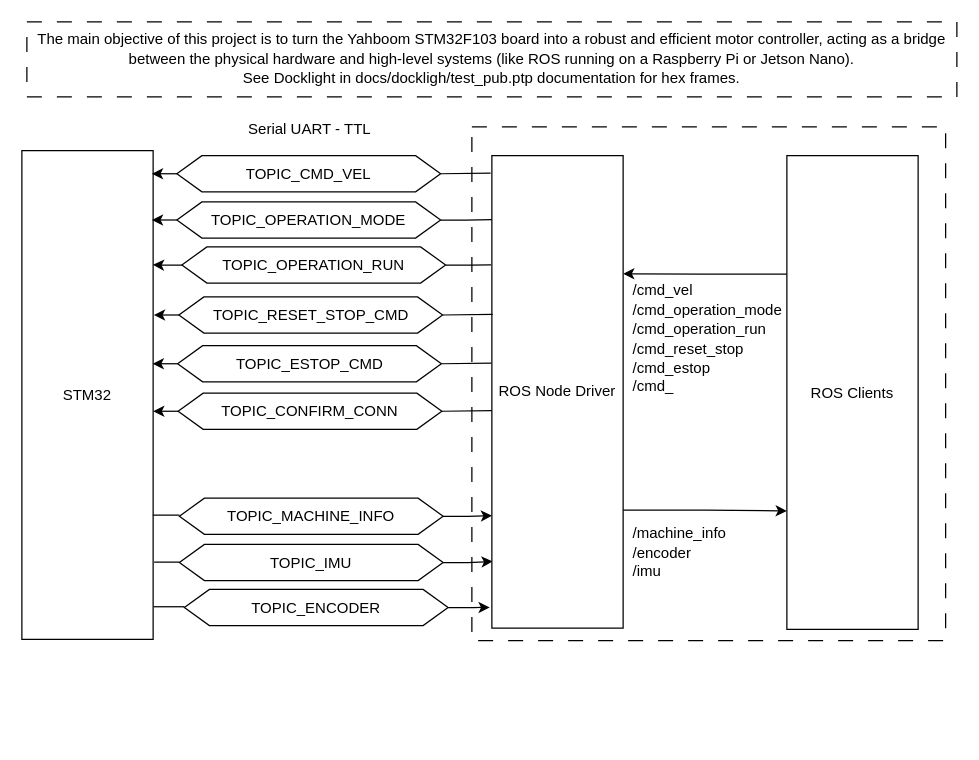
Earlier version of the draw.io diagram page "General" (1 of 5) of docs/device.drawio (ipobletev/yahboom-stm32f103-ros-boardcontrol). Source tidied: cells renumbered, new cells numbered last; positions are measured from the earlier drawing's top-left corner, leaving out a move shared by most shapes. Both pictures are drawn from the tidied source at 125%, with x=0, y=0 at pixel (21, 21).
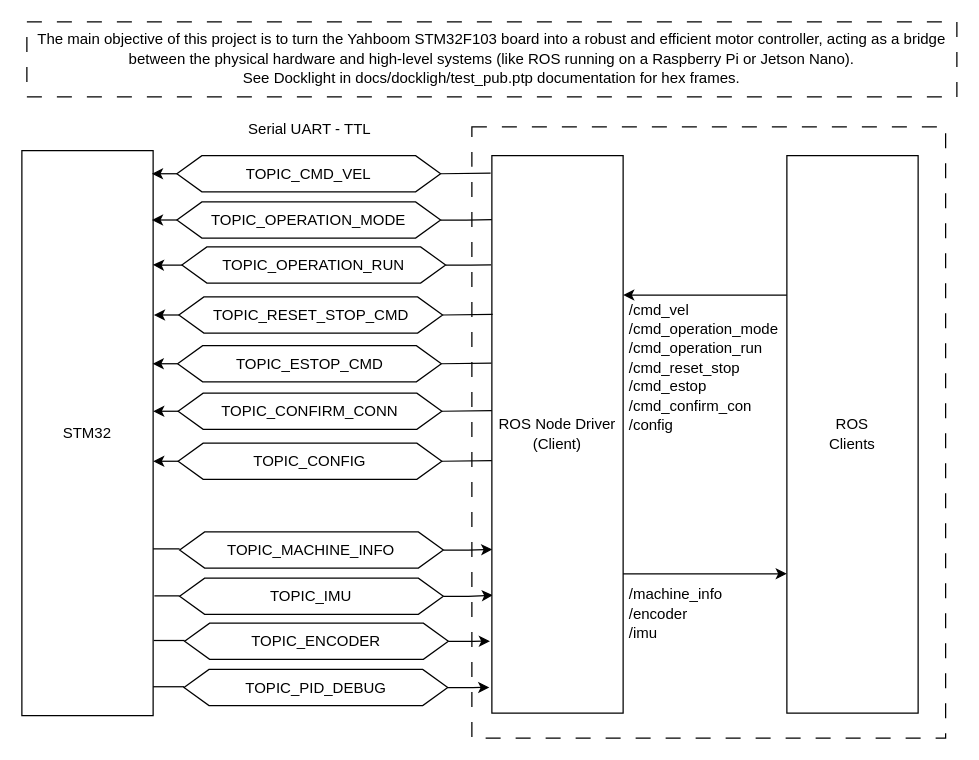
Above is the later version.

The edit, as a diff of the source:
```diff
@@
     <mxCell id="2" style="rounded=0;whiteSpace=wrap;html=1;hachureGap=4;fontFamily=Architects Daughter;dashed=1;dashPattern=12 12;" parent="1" vertex="1">
-      <mxGeometry x="360" y="84" width="379" height="411" as="geometry" />
+      <mxGeometry x="360" y="84" width="379" height="489" as="geometry" />
     </mxCell>
@@
     <mxCell id="4" value="&lt;font face=&quot;Helvetica&quot;&gt;STM32&lt;/font&gt;" style="rounded=0;whiteSpace=wrap;html=1;hachureGap=4;fontFamily=Architects Daughter;" parent="1" vertex="1">
-      <mxGeometry y="103" width="105" height="391" as="geometry" />
+      <mxGeometry y="103" width="105" height="452" as="geometry" />
     </mxCell>
@@
     <mxCell id="13" style="edgeStyle=orthogonalEdgeStyle;rounded=0;hachureGap=4;jettySize=auto;html=1;fontFamily=Architects Daughter;" parent="1" edge="1" source="15">
       <mxGeometry relative="1" as="geometry">
-        <mxPoint x="376.2" y="395" as="targetPoint" />
+        <mxPoint x="376.4" y="422" as="targetPoint" />
       </mxGeometry>
     </mxCell>
     <mxCell id="14" style="edgeStyle=orthogonalEdgeStyle;rounded=0;hachureGap=4;jettySize=auto;html=1;exitX=0;exitY=0.5;exitDx=0;exitDy=0;fontFamily=Architects Daughter;entryX=0;entryY=0.5;entryDx=0;entryDy=0;endArrow=none;endFill=0;" parent="1" edge="1" target="15">
       <mxGeometry relative="1" as="geometry">
-        <mxPoint x="104.8" y="394.6" as="sourcePoint" />
+        <mxPoint x="105" y="421.6" as="sourcePoint" />
       </mxGeometry>
     </mxCell>
     <mxCell id="15" value="&lt;font face=&quot;Helvetica&quot;&gt;TOPIC_MACHINE_INFO&lt;/font&gt;" style="shape=hexagon;perimeter=hexagonPerimeter2;whiteSpace=wrap;html=1;fixedSize=1;hachureGap=4;fontFamily=Architects Daughter;" parent="1" vertex="1">
-      <mxGeometry x="126" y="381" width="211" height="29" as="geometry" />
+      <mxGeometry x="126.2" y="408" width="211" height="29" as="geometry" />
     </mxCell>
     <mxCell id="16" style="edgeStyle=orthogonalEdgeStyle;rounded=0;hachureGap=4;jettySize=auto;html=1;fontFamily=Architects Daughter;" parent="1" edge="1" source="18">
       <mxGeometry relative="1" as="geometry">
-        <mxPoint x="376.7" y="431.7" as="targetPoint" />
+        <mxPoint x="376.9" y="458.7" as="targetPoint" />
       </mxGeometry>
     </mxCell>
     <mxCell id="17" style="edgeStyle=orthogonalEdgeStyle;rounded=0;hachureGap=4;jettySize=auto;html=1;exitX=0;exitY=0.5;exitDx=0;exitDy=0;fontFamily=Architects Daughter;entryX=0;entryY=0.5;entryDx=0;entryDy=0;endArrow=none;endFill=0;" parent="1" edge="1" target="18">
       <mxGeometry relative="1" as="geometry">
-        <mxPoint x="105.8" y="432.2" as="sourcePoint" />
+        <mxPoint x="106" y="459.2" as="sourcePoint" />
       </mxGeometry>
     </mxCell>
     <mxCell id="18" value="&lt;font face=&quot;Helvetica&quot;&gt;TOPIC_IMU&lt;/font&gt;" style="shape=hexagon;perimeter=hexagonPerimeter2;whiteSpace=wrap;html=1;fixedSize=1;hachureGap=4;fontFamily=Architects Daughter;" parent="1" vertex="1">
-      <mxGeometry x="126" y="418" width="211" height="29" as="geometry" />
+      <mxGeometry x="126.2" y="445" width="211" height="29" as="geometry" />
     </mxCell>
     <mxCell id="19" style="edgeStyle=orthogonalEdgeStyle;rounded=0;hachureGap=4;jettySize=auto;html=1;fontFamily=Architects Daughter;" parent="1" edge="1" source="21">
       <mxGeometry relative="1" as="geometry">
-        <mxPoint x="374.3" y="468.4" as="targetPoint" />
+        <mxPoint x="374.5" y="495.4" as="targetPoint" />
       </mxGeometry>
     </mxCell>
     <mxCell id="20" style="edgeStyle=orthogonalEdgeStyle;rounded=0;hachureGap=4;jettySize=auto;html=1;exitX=0;exitY=0.5;exitDx=0;exitDy=0;fontFamily=Architects Daughter;entryX=0;entryY=0.5;entryDx=0;entryDy=0;endArrow=none;endFill=0;" parent="1" edge="1" target="21">
       <mxGeometry relative="1" as="geometry">
-        <mxPoint x="105.3" y="467.9" as="sourcePoint" />
+        <mxPoint x="105.5" y="494.9" as="sourcePoint" />
       </mxGeometry>
     </mxCell>
     <mxCell id="21" value="&lt;font face=&quot;Helvetica&quot;&gt;TOPIC_ENCODER&lt;/font&gt;" style="shape=hexagon;perimeter=hexagonPerimeter2;whiteSpace=wrap;html=1;fixedSize=1;hachureGap=4;fontFamily=Architects Daughter;" parent="1" vertex="1">
-      <mxGeometry x="130" y="454" width="211" height="29" as="geometry" />
+      <mxGeometry x="130.2" y="481" width="211" height="29" as="geometry" />
     </mxCell>
@@
-    <mxCell id="23" value="&lt;font face=&quot;Helvetica&quot;&gt;ROS Node Driver&lt;/font&gt;" style="rounded=0;whiteSpace=wrap;html=1;hachureGap=4;fontFamily=Architects Daughter;" parent="1" vertex="1">
-      <mxGeometry x="376" y="107" width="105" height="378" as="geometry" />
+    <mxCell id="23" value="&lt;font face=&quot;Helvetica&quot;&gt;ROS Node Driver&lt;br&gt;(Client)&lt;/font&gt;" style="rounded=0;whiteSpace=wrap;html=1;hachureGap=4;fontFamily=Architects Daughter;" parent="1" vertex="1">
+      <mxGeometry x="376" y="107" width="105" height="446" as="geometry" />
     </mxCell>
     <mxCell id="24" value="&lt;span style=&quot;font-family: Helvetica;&quot;&gt;/machine_info&lt;/span&gt;&lt;br style=&quot;font-family: Helvetica;&quot;&gt;&lt;font face=&quot;Helvetica&quot;&gt;/encoder&lt;/font&gt;&lt;br&gt;&lt;font face=&quot;Helvetica&quot;&gt;/imu&lt;br&gt;&lt;/font&gt;" style="text;html=1;align=left;verticalAlign=middle;strokeColor=none;fillColor=none;fontFamily=Architects Daughter;" parent="1" vertex="1">
-      <mxGeometry x="487" y="396" width="93" height="58" as="geometry" />
+      <mxGeometry x="484" y="445" width="93" height="58" as="geometry" />
     </mxCell>
-    <mxCell id="25" value="&lt;font face=&quot;Helvetica&quot;&gt;/cmd_vel&lt;/font&gt;&lt;br&gt;&lt;font face=&quot;Helvetica&quot;&gt;/&lt;/font&gt;&lt;span style=&quot;font-family: Helvetica;&quot;&gt;cmd_&lt;/span&gt;&lt;font face=&quot;Helvetica&quot;&gt;operation_mode&lt;br&gt;/&lt;/font&gt;&lt;span style=&quot;font-family: Helvetica;&quot;&gt;cmd_&lt;/span&gt;&lt;font face=&quot;Helvetica&quot;&gt;operation_run&lt;br&gt;&lt;/font&gt;&lt;div&gt;&lt;font face=&quot;Helvetica&quot;&gt;/&lt;/font&gt;&lt;span style=&quot;font-family: Helvetica; background-color: initial;&quot;&gt;cmd_&lt;/span&gt;&lt;span style=&quot;font-family: Helvetica; background-color: initial;&quot;&gt;reset_stop&lt;/span&gt;&lt;/div&gt;&lt;div&gt;&lt;font face=&quot;Helvetica&quot;&gt;/cmd_estop&lt;/font&gt;&lt;/div&gt;&lt;div&gt;&lt;font face=&quot;Helvetica&quot;&gt;/&lt;/font&gt;&lt;span style=&quot;font-family: Helvetica; background-color: initial;&quot;&gt;cmd_&lt;/span&gt;&lt;/div&gt;" style="text;html=1;align=left;verticalAlign=middle;strokeColor=none;fillColor=none;fontFamily=Architects Daughter;" parent="1" vertex="1">
-      <mxGeometry x="487" y="202" width="137" height="104" as="geometry" />
+    <mxCell id="25" value="&lt;font face=&quot;Helvetica&quot;&gt;/cmd_vel&lt;/font&gt;&lt;br&gt;&lt;font face=&quot;Helvetica&quot;&gt;/&lt;/font&gt;&lt;span style=&quot;font-family: Helvetica;&quot;&gt;cmd_&lt;/span&gt;&lt;font face=&quot;Helvetica&quot;&gt;operation_mode&lt;br&gt;/&lt;/font&gt;&lt;span style=&quot;font-family: Helvetica;&quot;&gt;cmd_&lt;/span&gt;&lt;font face=&quot;Helvetica&quot;&gt;operation_run&lt;br&gt;&lt;/font&gt;&lt;div&gt;&lt;font face=&quot;Helvetica&quot;&gt;/&lt;/font&gt;&lt;span style=&quot;font-family: Helvetica; background-color: initial;&quot;&gt;cmd_&lt;/span&gt;&lt;span style=&quot;font-family: Helvetica; background-color: initial;&quot;&gt;reset_stop&lt;/span&gt;&lt;/div&gt;&lt;div&gt;&lt;font face=&quot;Helvetica&quot;&gt;/cmd_estop&lt;/font&gt;&lt;/div&gt;&lt;div&gt;&lt;font face=&quot;Helvetica&quot;&gt;/&lt;/font&gt;&lt;span style=&quot;font-family: Helvetica; background-color: initial;&quot;&gt;cmd_confirm_con&lt;/span&gt;&lt;/div&gt;&lt;div&gt;&lt;span style=&quot;font-family: Helvetica; background-color: initial;&quot;&gt;/config&lt;/span&gt;&lt;/div&gt;" style="text;html=1;align=left;verticalAlign=middle;strokeColor=none;fillColor=none;fontFamily=Architects Daughter;" parent="1" vertex="1">
+      <mxGeometry x="484" y="217" width="137" height="120" as="geometry" />
     </mxCell>
@@
-    <mxCell id="27" value="&lt;font face=&quot;Helvetica&quot;&gt;ROS Clients&lt;/font&gt;" style="rounded=0;whiteSpace=wrap;html=1;hachureGap=4;fontFamily=Architects Daughter;" parent="1" vertex="1">
-      <mxGeometry x="612" y="107" width="105" height="379" as="geometry" />
+    <mxCell id="27" value="&lt;font face=&quot;Helvetica&quot;&gt;ROS &lt;br&gt;Clients&lt;/font&gt;" style="rounded=0;whiteSpace=wrap;html=1;hachureGap=4;fontFamily=Architects Daughter;" parent="1" vertex="1">
+      <mxGeometry x="612" y="107" width="105" height="446" as="geometry" />
     </mxCell>
@@
+    <mxCell id="39" style="edgeStyle=orthogonalEdgeStyle;rounded=0;hachureGap=4;jettySize=auto;html=1;fontFamily=Architects Daughter;" parent="1" edge="1" source="40">
+      <mxGeometry relative="1" as="geometry">
+        <mxPoint x="104.4" y="351.1" as="targetPoint" />
+      </mxGeometry>
+    </mxCell>
+    <mxCell id="40" value="&lt;font face=&quot;Helvetica&quot;&gt;TOPIC_CONFIG&lt;/font&gt;" style="shape=hexagon;perimeter=hexagonPerimeter2;whiteSpace=wrap;html=1;fixedSize=1;hachureGap=4;fontFamily=Architects Daughter;" parent="1" vertex="1">
+      <mxGeometry x="125" y="337" width="211" height="29" as="geometry" />
+    </mxCell>
+    <mxCell id="41" style="edgeStyle=orthogonalEdgeStyle;rounded=0;hachureGap=4;jettySize=auto;html=1;exitX=1;exitY=0.5;exitDx=0;exitDy=0;fontFamily=Architects Daughter;endArrow=none;endFill=0;" parent="1" edge="1" source="40">
+      <mxGeometry relative="1" as="geometry">
+        <mxPoint x="376" y="351" as="targetPoint" />
+      </mxGeometry>
+    </mxCell>
+    <mxCell id="42" style="edgeStyle=orthogonalEdgeStyle;rounded=0;hachureGap=4;jettySize=auto;html=1;fontFamily=Architects Daughter;" parent="1" edge="1" source="44">
+      <mxGeometry relative="1" as="geometry">
+        <mxPoint x="374" y="532.4" as="targetPoint" />
+      </mxGeometry>
+    </mxCell>
+    <mxCell id="43" style="edgeStyle=orthogonalEdgeStyle;rounded=0;hachureGap=4;jettySize=auto;html=1;exitX=0;exitY=0.5;exitDx=0;exitDy=0;fontFamily=Architects Daughter;entryX=0;entryY=0.5;entryDx=0;entryDy=0;endArrow=none;endFill=0;" parent="1" edge="1" target="44">
+      <mxGeometry relative="1" as="geometry">
+        <mxPoint x="105" y="531.9" as="sourcePoint" />
+      </mxGeometry>
+    </mxCell>
+    <mxCell id="44" value="&lt;font face=&quot;Helvetica&quot;&gt;TOPIC_PID_DEBUG&lt;/font&gt;" style="shape=hexagon;perimeter=hexagonPerimeter2;whiteSpace=wrap;html=1;fixedSize=1;hachureGap=4;fontFamily=Architects Daughter;" parent="1" vertex="1">
+      <mxGeometry x="129.7" y="518" width="211" height="29" as="geometry" />
+    </mxCell>
```
